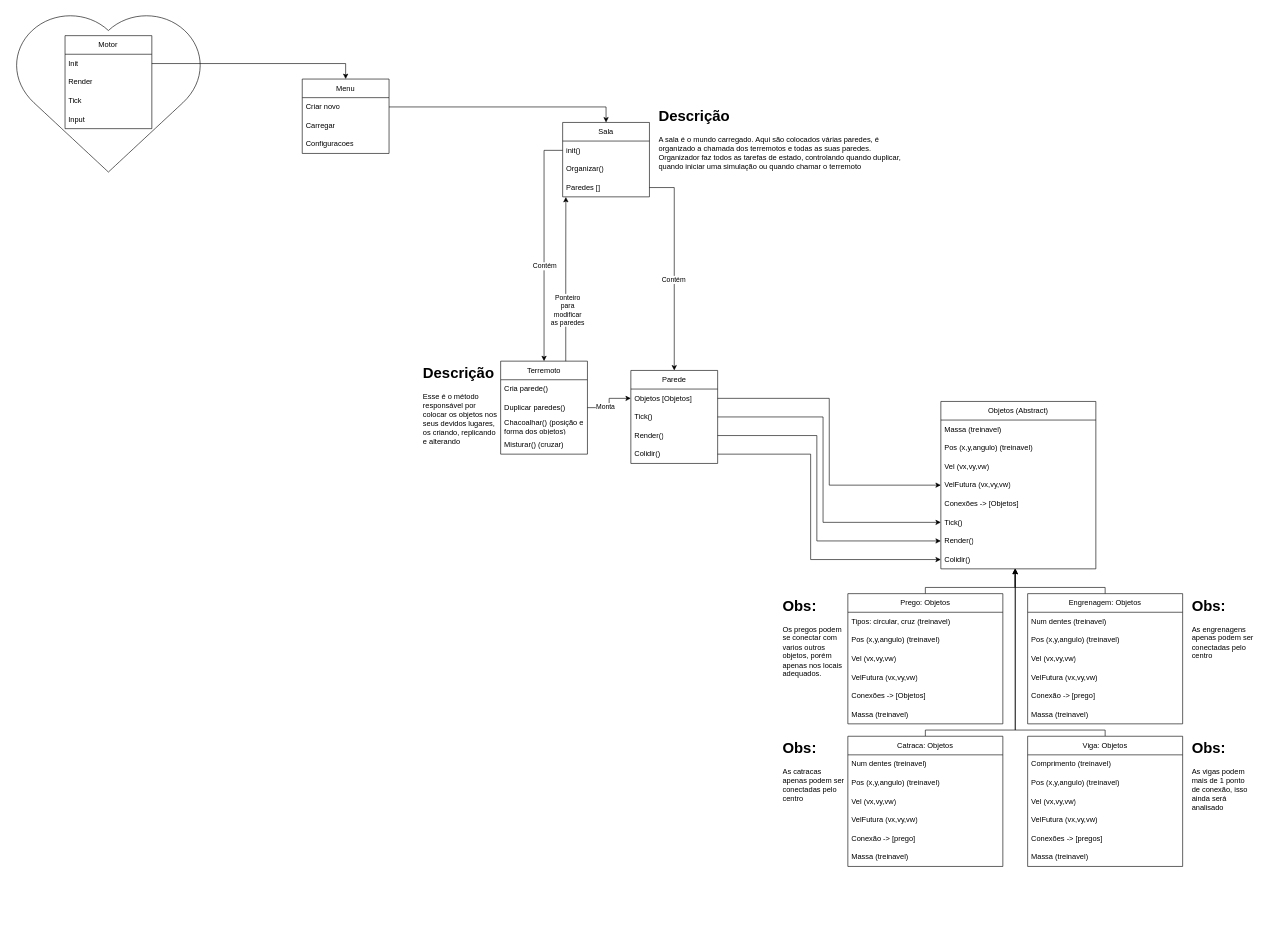
salocinrevenge/ClockEvolves keeps this draw.io diagram as clockevolves.drawio. Above is the earlier version. Source tidied: cells renumbered, new cells numbered last; positions are measured from the earlier drawing's top-left corner, leaving out a move shared by most shapes. Both pictures are drawn from the tidied source at 62%, with x=0, y=0 at pixel (11, 11).
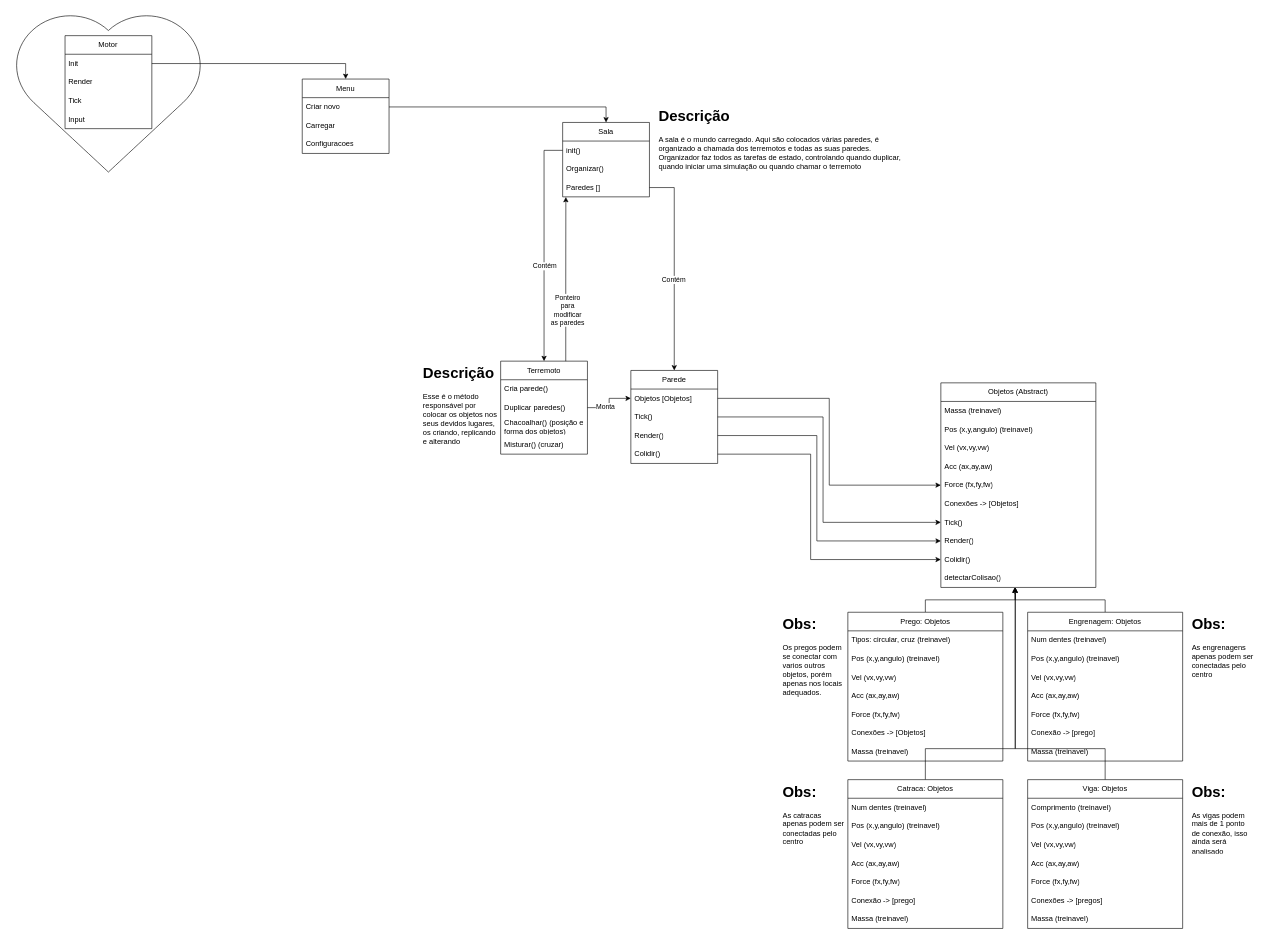
Above is the later version.

Change to the diagram source:
```diff
@@
-    <mxCell id="2" style="edgeStyle=orthogonalEdgeStyle;rounded=0;jettySize=auto;html=1;entryX=0.48;entryY=1;entryDx=0;entryDy=0;entryPerimeter=0;" parent="1" edge="1" source="3" target="46">
+    <mxCell id="2" style="edgeStyle=orthogonalEdgeStyle;rounded=0;jettySize=auto;html=1;" parent="1" edge="1" source="3" target="92">
       <mxGeometry relative="1" as="geometry">
         <Array as="points">
-          <mxPoint x="1765" y="930" />
-          <mxPoint x="1620" y="930" />
+          <mxPoint x="1765" y="950" />
+          <mxPoint x="1620" y="950" />
         </Array>
       </mxGeometry>
     </mxCell>
     <mxCell id="3" value="Engrenagem: Objetos" style="swimlane;fontStyle=0;horizontal=1;startSize=30;whiteSpace=wrap;html=1;" parent="1" vertex="1">
-      <mxGeometry x="1640" y="940" width="250" height="210" as="geometry" />
+      <mxGeometry x="1640" y="970" width="250" height="240" as="geometry" />
     </mxCell>
@@
-    <mxCell id="7" value="VelFutura (vx,vy,vw)" style="text;strokeColor=none;fillColor=none;align=left;verticalAlign=middle;spacingLeft=4;spacingRight=4;overflow=hidden;whiteSpace=wrap;html=1;" parent="3" vertex="1">
+    <mxCell id="7" value="Acc (ax,ay,aw)" style="text;strokeColor=none;fillColor=none;align=left;verticalAlign=middle;spacingLeft=4;spacingRight=4;overflow=hidden;whiteSpace=wrap;html=1;" parent="3" vertex="1">
       <mxGeometry y="120" width="250" height="30" as="geometry" />
     </mxCell>
+    <mxCell id="87" value="Force (fx,fy,fw)" style="text;strokeColor=none;fillColor=none;align=left;verticalAlign=middle;spacingLeft=4;spacingRight=4;overflow=hidden;whiteSpace=wrap;html=1;" parent="3" vertex="1">
+      <mxGeometry y="150" width="250" height="30" as="geometry" />
+    </mxCell>
     <mxCell id="8" value="Conexão -&amp;gt; [prego]" style="text;strokeColor=none;fillColor=none;align=left;verticalAlign=middle;spacingLeft=4;spacingRight=4;overflow=hidden;whiteSpace=wrap;html=1;" parent="3" vertex="1">
-      <mxGeometry y="150" width="250" height="30" as="geometry" />
+      <mxGeometry y="180" width="250" height="30" as="geometry" />
     </mxCell>
     <mxCell id="9" value="Massa (treinavel)" style="text;strokeColor=none;fillColor=none;align=left;verticalAlign=middle;spacingLeft=4;spacingRight=4;overflow=hidden;whiteSpace=wrap;html=1;" parent="3" vertex="1">
-      <mxGeometry y="180" width="250" height="30" as="geometry" />
+      <mxGeometry y="210" width="250" height="30" as="geometry" />
     </mxCell>
     <mxCell id="10" value="&lt;h1&gt;Obs:&lt;/h1&gt;&lt;div&gt;As engrenagens apenas podem ser conectadas pelo centro&lt;br&gt;&lt;/div&gt;" style="text;html=1;strokeColor=none;fillColor=none;spacing=5;spacingTop=-20;whiteSpace=wrap;overflow=hidden;rounded=0;" parent="1" vertex="1">
-      <mxGeometry x="1900" y="940" width="110" height="120" as="geometry" />
+      <mxGeometry x="1900" y="970" width="110" height="120" as="geometry" />
     </mxCell>
-    <mxCell id="11" style="edgeStyle=orthogonalEdgeStyle;rounded=0;jettySize=auto;html=1;entryX=0.478;entryY=0.997;entryDx=0;entryDy=0;entryPerimeter=0;" parent="1" edge="1" source="12" target="46">
+    <mxCell id="11" style="edgeStyle=orthogonalEdgeStyle;rounded=0;jettySize=auto;html=1;" parent="1" edge="1" source="12" target="92">
       <mxGeometry relative="1" as="geometry">
         <Array as="points">
-          <mxPoint x="1475" y="930" />
-          <mxPoint x="1620" y="930" />
+          <mxPoint x="1475" y="950" />
+          <mxPoint x="1620" y="950" />
         </Array>
       </mxGeometry>
     </mxCell>
     <mxCell id="12" value="Prego: Objetos" style="swimlane;fontStyle=0;horizontal=1;startSize=30;whiteSpace=wrap;html=1;" parent="1" vertex="1">
-      <mxGeometry x="1350" y="940" width="250" height="210" as="geometry" />
+      <mxGeometry x="1350" y="970" width="250" height="240" as="geometry" />
     </mxCell>
@@
-    <mxCell id="16" value="VelFutura (vx,vy,vw)" style="text;strokeColor=none;fillColor=none;align=left;verticalAlign=middle;spacingLeft=4;spacingRight=4;overflow=hidden;whiteSpace=wrap;html=1;" parent="12" vertex="1">
+    <mxCell id="16" value="Acc (ax,ay,aw)" style="text;strokeColor=none;fillColor=none;align=left;verticalAlign=middle;spacingLeft=4;spacingRight=4;overflow=hidden;whiteSpace=wrap;html=1;" parent="12" vertex="1">
       <mxGeometry y="120" width="250" height="30" as="geometry" />
     </mxCell>
+    <mxCell id="88" value="Force (fx,fy,fw)" style="text;strokeColor=none;fillColor=none;align=left;verticalAlign=middle;spacingLeft=4;spacingRight=4;overflow=hidden;whiteSpace=wrap;html=1;" parent="12" vertex="1">
+      <mxGeometry y="150" width="250" height="30" as="geometry" />
+    </mxCell>
     <mxCell id="17" value="Conexões -&amp;gt; [Objetos]" style="text;strokeColor=none;fillColor=none;align=left;verticalAlign=middle;spacingLeft=4;spacingRight=4;overflow=hidden;whiteSpace=wrap;html=1;" parent="12" vertex="1">
-      <mxGeometry y="150" width="250" height="30" as="geometry" />
+      <mxGeometry y="180" width="250" height="30" as="geometry" />
     </mxCell>
     <mxCell id="18" value="Massa (treinavel)" style="text;strokeColor=none;fillColor=none;align=left;verticalAlign=middle;spacingLeft=4;spacingRight=4;overflow=hidden;whiteSpace=wrap;html=1;" parent="12" vertex="1">
-      <mxGeometry y="180" width="250" height="30" as="geometry" />
+      <mxGeometry y="210" width="250" height="30" as="geometry" />
     </mxCell>
     <mxCell id="19" value="&lt;h1&gt;Obs:&lt;/h1&gt;&lt;div&gt;Os pregos podem se conectar com varios outros objetos, porém apenas nos locais adequados.&lt;br&gt;&lt;/div&gt;" style="text;html=1;strokeColor=none;fillColor=none;spacing=5;spacingTop=-20;whiteSpace=wrap;overflow=hidden;rounded=0;" parent="1" vertex="1">
-      <mxGeometry x="1240" y="940" width="110" height="160" as="geometry" />
+      <mxGeometry x="1240" y="970" width="110" height="160" as="geometry" />
     </mxCell>
-    <mxCell id="20" style="edgeStyle=orthogonalEdgeStyle;rounded=0;jettySize=auto;html=1;exitX=0.5;exitY=0;exitDx=0;exitDy=0;entryX=0.48;entryY=1;entryDx=0;entryDy=0;entryPerimeter=0;" parent="1" edge="1" source="21" target="46">
+    <mxCell id="20" style="edgeStyle=orthogonalEdgeStyle;rounded=0;jettySize=auto;html=1;exitX=0.5;exitY=0;exitDx=0;exitDy=0;" parent="1" edge="1" source="21" target="92">
       <mxGeometry relative="1" as="geometry">
         <Array as="points">
-          <mxPoint x="1620" y="1160" />
+          <mxPoint x="1765" y="1190" />
+          <mxPoint x="1620" y="1190" />
         </Array>
       </mxGeometry>
     </mxCell>
     <mxCell id="21" value="Viga: Objetos" style="swimlane;fontStyle=0;horizontal=1;startSize=30;whiteSpace=wrap;html=1;" parent="1" vertex="1">
-      <mxGeometry x="1640" y="1170" width="250" height="210" as="geometry" />
+      <mxGeometry x="1640" y="1240" width="250" height="240" as="geometry" />
     </mxCell>
@@
-    <mxCell id="25" value="VelFutura (vx,vy,vw)" style="text;strokeColor=none;fillColor=none;align=left;verticalAlign=middle;spacingLeft=4;spacingRight=4;overflow=hidden;whiteSpace=wrap;html=1;" parent="21" vertex="1">
+    <mxCell id="25" value="Acc (ax,ay,aw)" style="text;strokeColor=none;fillColor=none;align=left;verticalAlign=middle;spacingLeft=4;spacingRight=4;overflow=hidden;whiteSpace=wrap;html=1;" parent="21" vertex="1">
       <mxGeometry y="120" width="250" height="30" as="geometry" />
     </mxCell>
+    <mxCell id="89" value="Force (fx,fy,fw)" style="text;strokeColor=none;fillColor=none;align=left;verticalAlign=middle;spacingLeft=4;spacingRight=4;overflow=hidden;whiteSpace=wrap;html=1;" parent="21" vertex="1">
+      <mxGeometry y="150" width="250" height="30" as="geometry" />
+    </mxCell>
     <mxCell id="26" value="Conexões -&amp;gt; [pregos]" style="text;strokeColor=none;fillColor=none;align=left;verticalAlign=middle;spacingLeft=4;spacingRight=4;overflow=hidden;whiteSpace=wrap;html=1;" parent="21" vertex="1">
-      <mxGeometry y="150" width="250" height="30" as="geometry" />
+      <mxGeometry y="180" width="250" height="30" as="geometry" />
     </mxCell>
     <mxCell id="27" value="Massa (treinavel)" style="text;strokeColor=none;fillColor=none;align=left;verticalAlign=middle;spacingLeft=4;spacingRight=4;overflow=hidden;whiteSpace=wrap;html=1;" parent="21" vertex="1">
-      <mxGeometry y="180" width="250" height="30" as="geometry" />
+      <mxGeometry y="210" width="250" height="30" as="geometry" />
     </mxCell>
     <mxCell id="28" value="&lt;h1&gt;Obs:&lt;/h1&gt;&lt;div&gt;As vigas podem mais de 1 ponto de conexão, isso ainda será analisado&lt;br&gt;&lt;/div&gt;" style="text;html=1;strokeColor=none;fillColor=none;spacing=5;spacingTop=-20;whiteSpace=wrap;overflow=hidden;rounded=0;" parent="1" vertex="1">
-      <mxGeometry x="1900" y="1170" width="110" height="120" as="geometry" />
+      <mxGeometry x="1900" y="1240" width="110" height="120" as="geometry" />
     </mxCell>
-    <mxCell id="29" style="edgeStyle=orthogonalEdgeStyle;rounded=0;jettySize=auto;html=1;exitX=0.5;exitY=0;exitDx=0;exitDy=0;entryX=0.48;entryY=1;entryDx=0;entryDy=0;entryPerimeter=0;" parent="1" edge="1" source="30" target="46">
+    <mxCell id="29" style="edgeStyle=orthogonalEdgeStyle;rounded=0;jettySize=auto;html=1;exitX=0.5;exitY=0;exitDx=0;exitDy=0;" parent="1" edge="1" source="30" target="92">
       <mxGeometry relative="1" as="geometry">
         <Array as="points">
-          <mxPoint x="1620" y="1160" />
+          <mxPoint x="1475" y="1190" />
+          <mxPoint x="1620" y="1190" />
+          <mxPoint x="1620" y="940" />
+          <mxPoint x="1619" y="940" />
         </Array>
       </mxGeometry>
     </mxCell>
     <mxCell id="30" value="Catraca: Objetos" style="swimlane;fontStyle=0;horizontal=1;startSize=30;whiteSpace=wrap;html=1;" parent="1" vertex="1">
-      <mxGeometry x="1350" y="1170" width="250" height="210" as="geometry" />
+      <mxGeometry x="1350" y="1240" width="250" height="240" as="geometry" />
     </mxCell>
@@
-    <mxCell id="34" value="VelFutura (vx,vy,vw)" style="text;strokeColor=none;fillColor=none;align=left;verticalAlign=middle;spacingLeft=4;spacingRight=4;overflow=hidden;whiteSpace=wrap;html=1;" parent="30" vertex="1">
+    <mxCell id="34" value="Acc (ax,ay,aw)" style="text;strokeColor=none;fillColor=none;align=left;verticalAlign=middle;spacingLeft=4;spacingRight=4;overflow=hidden;whiteSpace=wrap;html=1;" parent="30" vertex="1">
       <mxGeometry y="120" width="250" height="30" as="geometry" />
     </mxCell>
+    <mxCell id="90" value="Force (fx,fy,fw)" style="text;strokeColor=none;fillColor=none;align=left;verticalAlign=middle;spacingLeft=4;spacingRight=4;overflow=hidden;whiteSpace=wrap;html=1;" parent="30" vertex="1">
+      <mxGeometry y="150" width="250" height="30" as="geometry" />
+    </mxCell>
     <mxCell id="35" value="Conexão -&amp;gt; [prego]" style="text;strokeColor=none;fillColor=none;align=left;verticalAlign=middle;spacingLeft=4;spacingRight=4;overflow=hidden;whiteSpace=wrap;html=1;" parent="30" vertex="1">
-      <mxGeometry y="150" width="250" height="30" as="geometry" />
+      <mxGeometry y="180" width="250" height="30" as="geometry" />
     </mxCell>
     <mxCell id="36" value="Massa (treinavel)" style="text;strokeColor=none;fillColor=none;align=left;verticalAlign=middle;spacingLeft=4;spacingRight=4;overflow=hidden;whiteSpace=wrap;html=1;" parent="30" vertex="1">
-      <mxGeometry y="180" width="250" height="30" as="geometry" />
+      <mxGeometry y="210" width="250" height="30" as="geometry" />
     </mxCell>
     <mxCell id="37" value="&lt;h1&gt;Obs:&lt;/h1&gt;&lt;div&gt;As catracas apenas podem ser conectadas pelo centro&lt;/div&gt;" style="text;html=1;strokeColor=none;fillColor=none;spacing=5;spacingTop=-20;whiteSpace=wrap;overflow=hidden;rounded=0;" parent="1" vertex="1">
-      <mxGeometry x="1240" y="1170" width="110" height="120" as="geometry" />
+      <mxGeometry x="1240" y="1240" width="110" height="120" as="geometry" />
     </mxCell>
     <mxCell id="38" value=" Objetos (Abstract)" style="swimlane;fontStyle=0;horizontal=1;startSize=30;whiteSpace=wrap;html=1;" parent="1" vertex="1">
-      <mxGeometry x="1500" y="630" width="250" height="270" as="geometry" />
+      <mxGeometry x="1500" y="600" width="250" height="330" as="geometry" />
     </mxCell>
@@
-    <mxCell id="42" value="VelFutura (vx,vy,vw)" style="text;strokeColor=none;fillColor=none;align=left;verticalAlign=middle;spacingLeft=4;spacingRight=4;overflow=hidden;whiteSpace=wrap;html=1;" parent="38" vertex="1">
+    <mxCell id="42" value="Acc (ax,ay,aw)" style="text;strokeColor=none;fillColor=none;align=left;verticalAlign=middle;spacingLeft=4;spacingRight=4;overflow=hidden;whiteSpace=wrap;html=1;" parent="38" vertex="1">
       <mxGeometry y="120" width="250" height="30" as="geometry" />
     </mxCell>
+    <mxCell id="91" value="Force (fx,fy,fw)" style="text;strokeColor=none;fillColor=none;align=left;verticalAlign=middle;spacingLeft=4;spacingRight=4;overflow=hidden;whiteSpace=wrap;html=1;" parent="38" vertex="1">
+      <mxGeometry y="150" width="250" height="30" as="geometry" />
+    </mxCell>
     <mxCell id="43" value="Conexões -&amp;gt; [Objetos]" style="text;strokeColor=none;fillColor=none;align=left;verticalAlign=middle;spacingLeft=4;spacingRight=4;overflow=hidden;whiteSpace=wrap;html=1;" parent="38" vertex="1">
-      <mxGeometry y="150" width="250" height="30" as="geometry" />
+      <mxGeometry y="180" width="250" height="30" as="geometry" />
     </mxCell>
     <mxCell id="44" value="Tick()" style="text;strokeColor=none;fillColor=none;align=left;verticalAlign=middle;spacingLeft=4;spacingRight=4;overflow=hidden;points=[[0,0.5],[1,0.5]];portConstraint=eastwest;whiteSpace=wrap;html=1;" parent="38" vertex="1">
-      <mxGeometry y="180" width="250" height="30" as="geometry" />
+      <mxGeometry y="210" width="250" height="30" as="geometry" />
     </mxCell>
     <mxCell id="45" value="Render()" style="text;strokeColor=none;fillColor=none;align=left;verticalAlign=middle;spacingLeft=4;spacingRight=4;overflow=hidden;points=[[0,0.5],[1,0.5]];portConstraint=eastwest;whiteSpace=wrap;html=1;" parent="38" vertex="1">
-      <mxGeometry y="210" width="250" height="30" as="geometry" />
+      <mxGeometry y="240" width="250" height="30" as="geometry" />
     </mxCell>
     <mxCell id="46" value="Colidir()" style="text;strokeColor=none;fillColor=none;align=left;verticalAlign=middle;spacingLeft=4;spacingRight=4;overflow=hidden;points=[[0,0.5],[1,0.5]];portConstraint=eastwest;whiteSpace=wrap;html=1;" parent="38" vertex="1">
-      <mxGeometry y="240" width="250" height="30" as="geometry" />
+      <mxGeometry y="270" width="250" height="30" as="geometry" />
     </mxCell>
+    <mxCell id="92" value="detectarColisao()" style="text;strokeColor=none;fillColor=none;align=left;verticalAlign=middle;spacingLeft=4;spacingRight=4;overflow=hidden;points=[[0,0.5],[1,0.5]];portConstraint=eastwest;whiteSpace=wrap;html=1;" parent="38" vertex="1">
+      <mxGeometry y="300" width="250" height="30" as="geometry" />
+    </mxCell>
```
